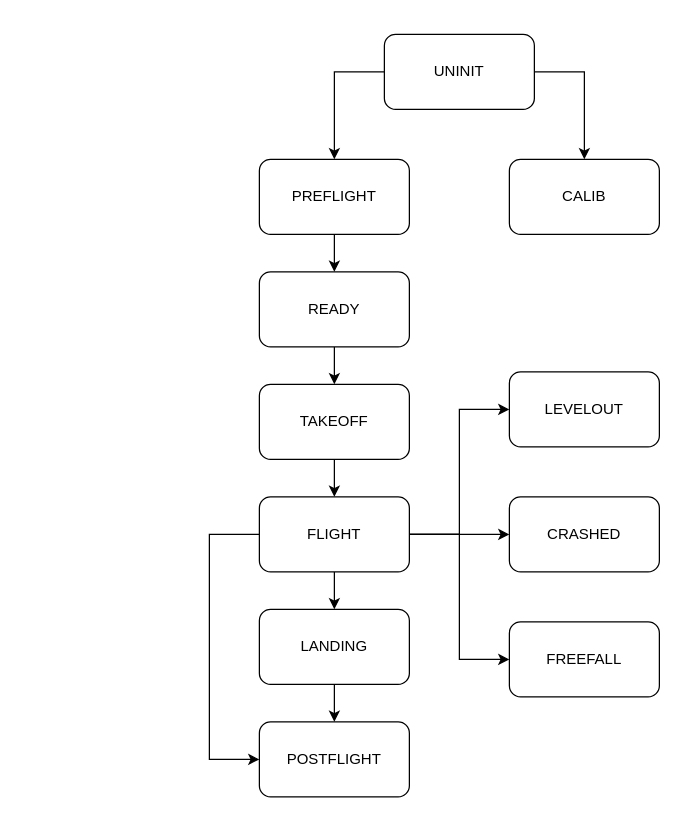
Above: page "Life Cycle" (3 of 3) of drawings.drawio in pacman314159/OISP-Drone-Research (draw.io), before the change. Source tidied: cells renumbered, new cells numbered last; positions are measured from the earlier drawing's top-left corner, leaving out a move shared by most shapes. Both pictures are drawn from the tidied source at 125%, with x=0, y=0 at pixel (209, 34).
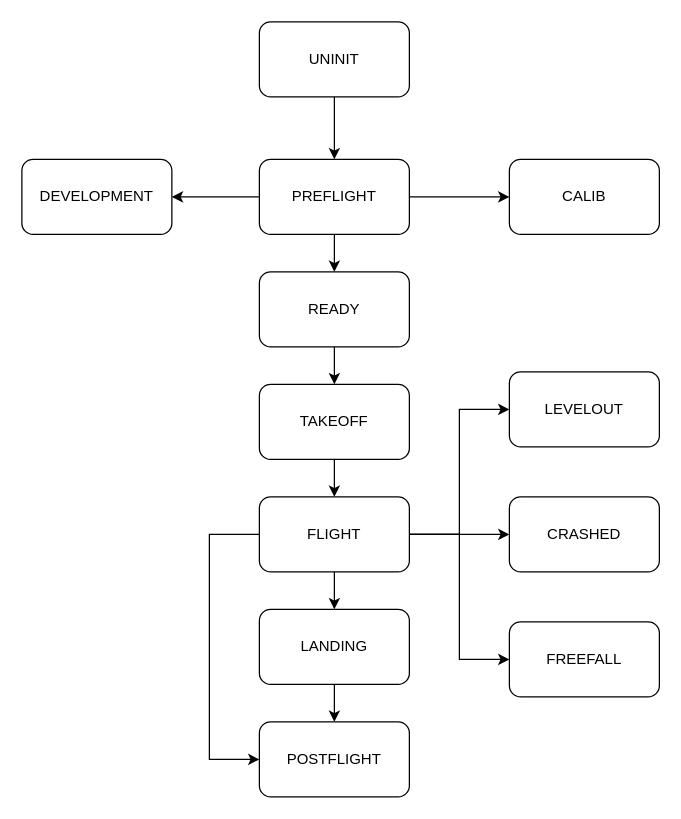
After the change.

Unchanged cells that the change refers to:
```xml
<mxCell id="6" value="PREFLIGHT" style="rounded=1;whiteSpace=wrap;html=1;" parent="1" vertex="1">
  <mxGeometry x="40" y="100" width="120" height="60" as="geometry" />
</mxCell>
<mxCell id="20" value="CALIB" style="rounded=1;whiteSpace=wrap;html=1;" parent="1" vertex="1">
  <mxGeometry x="240" y="100" width="120" height="60" as="geometry" />
</mxCell>
```

The edit, as a diff of the source:
```diff
@@
-    <mxCell id="2" style="edgeStyle=orthogonalEdgeStyle;rounded=0;jettySize=auto;html=1;entryX=0.5;entryY=0;entryDx=0;entryDy=0;exitX=0;exitY=0.5;exitDx=0;exitDy=0;" parent="1" edge="1" source="4" target="6">
-      <mxGeometry relative="1" as="geometry">
-        <Array as="points">
-          <mxPoint x="100" y="30" />
-        </Array>
-      </mxGeometry>
+    <mxCell id="2" style="edgeStyle=orthogonalEdgeStyle;rounded=0;jettySize=auto;html=1;" parent="1" edge="1" source="4" target="6">
+      <mxGeometry relative="1" as="geometry" />
     </mxCell>
-    <mxCell id="3" style="edgeStyle=orthogonalEdgeStyle;rounded=0;jettySize=auto;html=1;entryX=0.5;entryY=0;entryDx=0;entryDy=0;exitX=1;exitY=0.5;exitDx=0;exitDy=0;" parent="1" edge="1" source="4" target="20">
-      <mxGeometry relative="1" as="geometry" />
-    </mxCell>
     <mxCell id="4" value="UNINIT" style="rounded=1;whiteSpace=wrap;html=1;" parent="1" vertex="1">
-      <mxGeometry x="140" width="120" height="60" as="geometry" />
+      <mxGeometry x="40" y="-10" width="120" height="60" as="geometry" />
     </mxCell>
@@
+    <mxCell id="24" style="edgeStyle=orthogonalEdgeStyle;rounded=0;jettySize=auto;html=1;entryX=0;entryY=0.5;entryDx=0;entryDy=0;" parent="1" edge="1" source="6" target="20">
+      <mxGeometry relative="1" as="geometry" />
+    </mxCell>
+    <mxCell id="25" style="edgeStyle=orthogonalEdgeStyle;rounded=0;jettySize=auto;html=1;entryX=1;entryY=0.5;entryDx=0;entryDy=0;" parent="1" edge="1" source="6" target="26">
+      <mxGeometry relative="1" as="geometry" />
+    </mxCell>
@@
+    <mxCell id="26" value="DEVELOPMENT" style="rounded=1;whiteSpace=wrap;html=1;" parent="1" vertex="1">
+      <mxGeometry x="-150" y="100" width="120" height="60" as="geometry" />
+    </mxCell>
```
